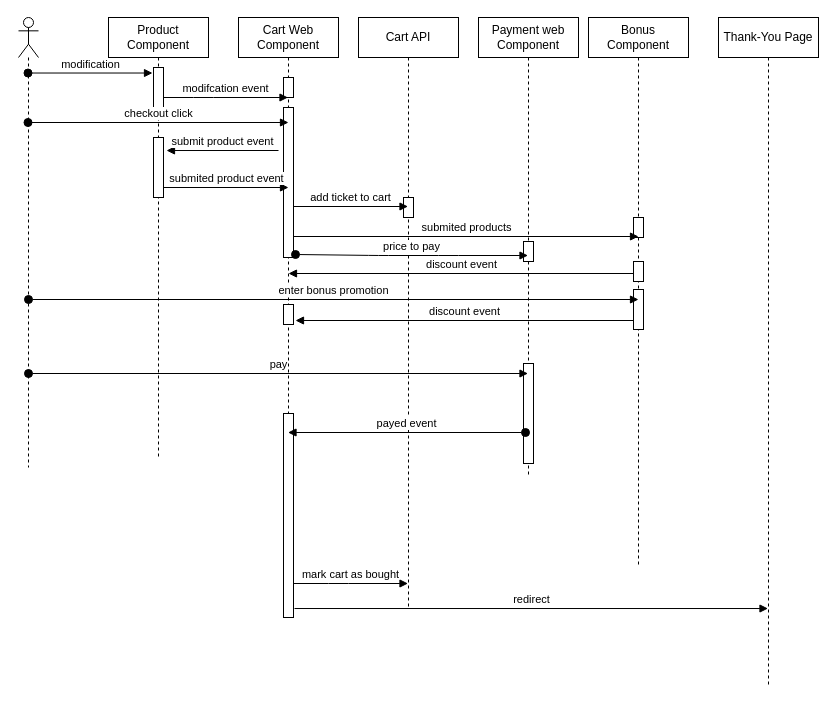
quoaum/draw-io keeps this draw.io diagram as page "fe-flow" (1 of 5) of shopping-cart-fe-flow.drawio. Above is the earlier version. Source tidied: cells renumbered, new cells numbered last; positions are measured from the earlier drawing's top-left corner, leaving out a move shared by most shapes. Both pictures are drawn from the tidied source at 100%, with x=0, y=0 at pixel (18, 17).
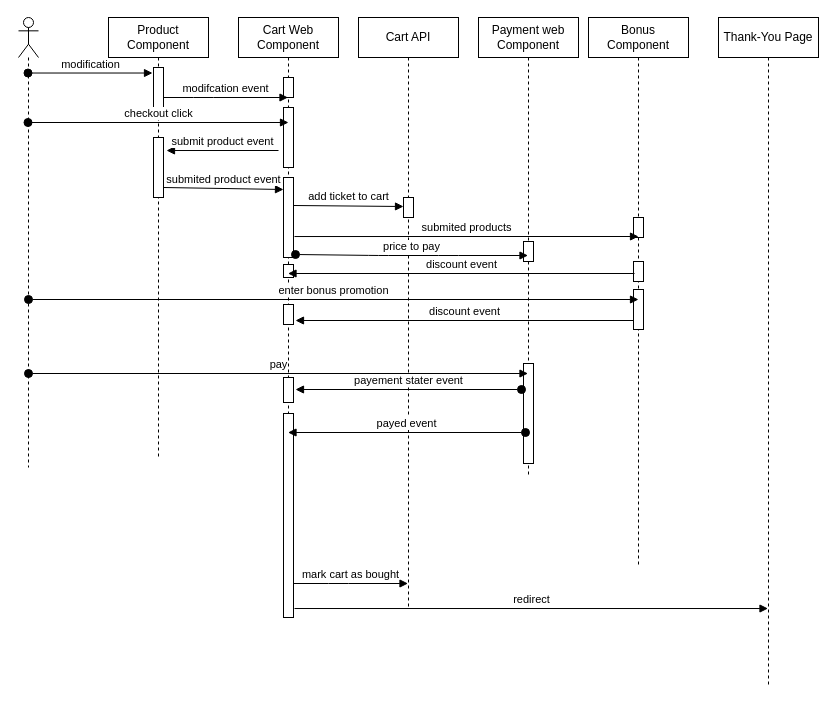
Above is the later version.

The change refers to these unchanged cells:
```xml
<mxCell id="5" value="Cart Web Component" style="shape=umlLifeline;perimeter=lifelinePerimeter;whiteSpace=wrap;html=1;outlineConnect=0;" parent="1" vertex="1">
  <mxGeometry x="220" width="100" height="600" as="geometry" />
</mxCell>
<mxCell id="16" value="Cart API" style="shape=umlLifeline;perimeter=lifelinePerimeter;whiteSpace=wrap;html=1;outlineConnect=0;" parent="1" vertex="1">
  <mxGeometry x="340" width="100" height="590" as="geometry" />
</mxCell>
<mxCell id="17" style="html=1;points=[];perimeter=orthogonalPerimeter;" parent="16" vertex="1">
  <mxGeometry x="45" y="180" width="10" height="20" as="geometry" />
</mxCell>
<mxCell id="22" style="html=1;points=[];perimeter=orthogonalPerimeter;" parent="20" vertex="1">
  <mxGeometry x="45" y="346" width="10" height="100" as="geometry" />
</mxCell>
<mxCell id="30" style="html=1;points=[];perimeter=orthogonalPerimeter;" parent="27" vertex="1">
  <mxGeometry x="45" y="244" width="10" height="20" as="geometry" />
</mxCell>
```

Diff of the diagram source:
```diff
@@
     <mxCell id="6" style="html=1;points=[];perimeter=orthogonalPerimeter;" parent="5" vertex="1">
-      <mxGeometry x="45" y="90" width="10" height="150" as="geometry" />
+      <mxGeometry x="45" y="90" width="10" height="60" as="geometry" />
     </mxCell>
@@
+    <mxCell id="36" style="html=1;points=[];perimeter=orthogonalPerimeter;" parent="5" vertex="1">
+      <mxGeometry x="45" y="160" width="10" height="80" as="geometry" />
+    </mxCell>
+    <mxCell id="37" style="html=1;perimeter=orthogonalPerimeter;" parent="5" vertex="1">
+      <mxGeometry x="45" y="247" width="10" height="13" as="geometry" />
+    </mxCell>
+    <mxCell id="38" style="html=1;points=[];perimeter=orthogonalPerimeter;" parent="5" vertex="1">
+      <mxGeometry x="45" y="360" width="10" height="25" as="geometry" />
+    </mxCell>
@@
-    <mxCell id="15" value="submited product event" style="html=1;verticalAlign=bottom;endArrow=block;" parent="1" edge="1">
+    <mxCell id="15" value="submited product event" style="html=1;verticalAlign=bottom;endArrow=block;entryX=0;entryY=0.15;entryDx=0;entryDy=0;entryPerimeter=0;" parent="1" edge="1" target="36">
       <mxGeometry relative="1" as="geometry">
         <mxPoint x="145" y="170" as="sourcePoint" />
-        <mxPoint x="270" y="170" as="targetPoint" />
       </mxGeometry>
     </mxCell>
@@
-    <mxCell id="18" value="discount event" style="html=1;verticalAlign=bottom;endArrow=block;exitX=0.1;exitY=0.6;exitDx=0;exitDy=0;exitPerimeter=0;" parent="16" edge="1" source="30">
-      <mxGeometry relative="1" as="geometry">
-        <mxPoint x="-70" y="256" as="targetPoint" />
-      </mxGeometry>
-    </mxCell>
-    <mxCell id="19" value="add ticket to cart" style="html=1;verticalAlign=bottom;endArrow=block;exitX=1;exitY=0.66;exitDx=0;exitDy=0;exitPerimeter=0;" parent="1" edge="1" source="6" target="16">
+    <mxCell id="19" value="add ticket to cart" style="html=1;verticalAlign=bottom;endArrow=block;entryX=0;entryY=0.45;entryDx=0;entryDy=0;entryPerimeter=0;exitX=1;exitY=0.35;exitDx=0;exitDy=0;exitPerimeter=0;" parent="1" edge="1" source="36" target="17">
       <mxGeometry relative="1" as="geometry" />
     </mxCell>
@@
-    <mxCell id="32" value="&lt;div&gt;submited products&lt;/div&gt;" style="html=1;verticalAlign=bottom;endArrow=block;" parent="1" edge="1">
+    <mxCell id="32" value="&lt;div&gt;submited products&lt;/div&gt;" style="html=1;verticalAlign=bottom;endArrow=block;exitX=1.1;exitY=0.738;exitDx=0;exitDy=0;exitPerimeter=0;" parent="1" edge="1" source="36">
       <mxGeometry relative="1" as="geometry">
-        <mxPoint x="275.5" y="219" as="sourcePoint" />
         <mxPoint x="620" y="219" as="targetPoint" />
       </mxGeometry>
     </mxCell>
@@
+    <mxCell id="18" value="discount event" style="html=1;verticalAlign=bottom;endArrow=block;exitX=0.1;exitY=0.6;exitDx=0;exitDy=0;exitPerimeter=0;" parent="1" edge="1" source="30" target="5">
+      <mxGeometry relative="1" as="geometry" />
+    </mxCell>
+    <mxCell id="39" value="payement stater event" style="html=1;verticalAlign=bottom;startArrow=oval;startFill=1;endArrow=block;startSize=8;exitX=-0.2;exitY=0.26;exitDx=0;exitDy=0;exitPerimeter=0;entryX=1.2;entryY=0.48;entryDx=0;entryDy=0;entryPerimeter=0;" parent="1" edge="1" source="22" target="38">
+      <mxGeometry relative="1" as="geometry" />
+    </mxCell>
```
